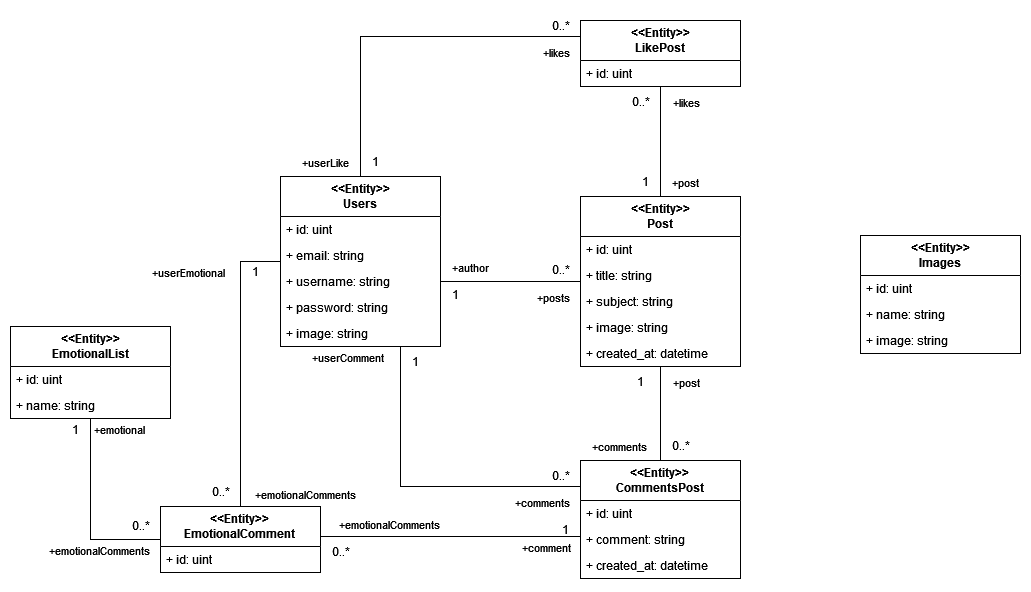
Above: assets/images/DB-Entity.png in miracleexotic/WebApp-FoodBlog (draw.io), before the change. Source tidied: cells renumbered, new cells last; positions are measured from the earlier drawing's top-left corner, leaving out a move shared by most shapes.
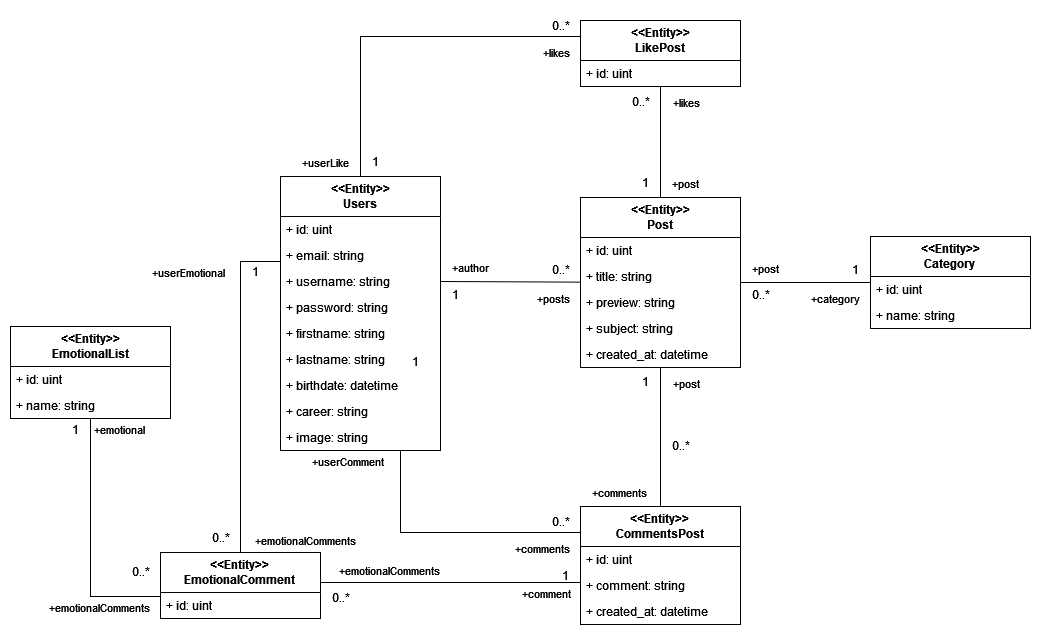
Later version of the same file.

The edit, as a diff of the source:
```diff
@@ -3,7 +3,7 @@
     <mxCell id="0" />
     <mxCell id="1" parent="0" />
     <mxCell id="2" value="&lt;div&gt;&lt;b&gt;&amp;lt;&amp;lt;Entity&amp;gt;&amp;gt;&lt;/b&gt;&lt;/div&gt;&lt;div&gt;&lt;b&gt;Users&lt;/b&gt;&lt;/div&gt;" style="swimlane;fontStyle=0;horizontal=1;startSize=40;fillColor=none;whiteSpace=wrap;html=1;" parent="1" vertex="1">
-      <mxGeometry x="270" y="166" width="160" height="170" as="geometry" />
+      <mxGeometry x="270" y="166" width="160" height="274" as="geometry" />
     </mxCell>
     <mxCell id="3" value="+ id: uint" style="text;strokeColor=none;fillColor=none;align=left;verticalAlign=top;spacingLeft=4;spacingRight=4;overflow=hidden;whiteSpace=wrap;html=1;" parent="2" vertex="1">
       <mxGeometry y="40" width="160" height="26" as="geometry" />
@@ -17,11 +17,23 @@
     <mxCell id="6" value="+ password: string" style="text;strokeColor=none;fillColor=none;align=left;verticalAlign=top;spacingLeft=4;spacingRight=4;overflow=hidden;whiteSpace=wrap;html=1;" parent="2" vertex="1">
       <mxGeometry y="118" width="160" height="26" as="geometry" />
     </mxCell>
+    <mxCell id="69" value="+ firstname: string" style="text;strokeColor=none;fillColor=none;align=left;verticalAlign=top;spacingLeft=4;spacingRight=4;overflow=hidden;whiteSpace=wrap;html=1;" parent="2" vertex="1">
+      <mxGeometry y="144" width="160" height="26" as="geometry" />
+    </mxCell>
+    <mxCell id="70" value="+ lastname: string" style="text;strokeColor=none;fillColor=none;align=left;verticalAlign=top;spacingLeft=4;spacingRight=4;overflow=hidden;whiteSpace=wrap;html=1;" parent="2" vertex="1">
+      <mxGeometry y="170" width="160" height="26" as="geometry" />
+    </mxCell>
-    <mxCell id="7" value="+ image: string" style="text;strokeColor=none;fillColor=none;align=left;verticalAlign=top;spacingLeft=4;spacingRight=4;overflow=hidden;whiteSpace=wrap;html=1;" parent="2" vertex="1">
-      <mxGeometry y="144" width="160" height="26" as="geometry" />
+    <mxCell id="7" value="+ birthdate: datetime" style="text;strokeColor=none;fillColor=none;align=left;verticalAlign=top;spacingLeft=4;spacingRight=4;overflow=hidden;whiteSpace=wrap;html=1;" parent="2" vertex="1">
+      <mxGeometry y="196" width="160" height="26" as="geometry" />
     </mxCell>
+    <mxCell id="71" value="+ career: string" style="text;strokeColor=none;fillColor=none;align=left;verticalAlign=top;spacingLeft=4;spacingRight=4;overflow=hidden;whiteSpace=wrap;html=1;" parent="2" vertex="1">
+      <mxGeometry y="222" width="160" height="26" as="geometry" />
+    </mxCell>
+    <mxCell id="72" value="+ image: string" style="text;strokeColor=none;fillColor=none;align=left;verticalAlign=top;spacingLeft=4;spacingRight=4;overflow=hidden;whiteSpace=wrap;html=1;" parent="2" vertex="1">
+      <mxGeometry y="248" width="160" height="26" as="geometry" />
+    </mxCell>
     <mxCell id="8" value="&lt;div&gt;&lt;b&gt;&amp;lt;&amp;lt;Entity&amp;gt;&amp;gt;&lt;/b&gt;&lt;/div&gt;&lt;div&gt;&lt;b&gt;Post&lt;/b&gt;&lt;/div&gt;" style="swimlane;fontStyle=0;horizontal=1;startSize=40;fillColor=none;whiteSpace=wrap;html=1;" parent="1" vertex="1">
-      <mxGeometry x="570" y="186" width="160" height="170" as="geometry" />
+      <mxGeometry x="570" y="187" width="160" height="170" as="geometry" />
     </mxCell>
     <mxCell id="9" value="+ id: uint" style="text;strokeColor=none;fillColor=none;align=left;verticalAlign=top;spacingLeft=4;spacingRight=4;overflow=hidden;whiteSpace=wrap;html=1;" parent="8" vertex="1">
       <mxGeometry y="40" width="160" height="26" as="geometry" />
@@ -29,12 +41,12 @@
     <mxCell id="10" value="+ title: string" style="text;strokeColor=none;fillColor=none;align=left;verticalAlign=top;spacingLeft=4;spacingRight=4;overflow=hidden;whiteSpace=wrap;html=1;" parent="8" vertex="1">
       <mxGeometry y="66" width="160" height="26" as="geometry" />
     </mxCell>
+    <mxCell id="73" value="+ preview: string" style="text;strokeColor=none;fillColor=none;align=left;verticalAlign=top;spacingLeft=4;spacingRight=4;overflow=hidden;whiteSpace=wrap;html=1;" parent="8" vertex="1">
+      <mxGeometry y="92" width="160" height="26" as="geometry" />
+    </mxCell>
     <mxCell id="11" value="+ subject: string" style="text;strokeColor=none;fillColor=none;align=left;verticalAlign=top;spacingLeft=4;spacingRight=4;overflow=hidden;whiteSpace=wrap;html=1;" parent="8" vertex="1">
-      <mxGeometry y="92" width="160" height="26" as="geometry" />
+      <mxGeometry y="118" width="160" height="26" as="geometry" />
     </mxCell>
-    <mxCell id="12" value="+ image: string" style="text;strokeColor=none;fillColor=none;align=left;verticalAlign=top;spacingLeft=4;spacingRight=4;overflow=hidden;whiteSpace=wrap;html=1;" parent="8" vertex="1">
-      <mxGeometry y="118" width="160" height="26" as="geometry" />
-    </mxCell>
     <mxCell id="13" value="+ created_at: datetime" style="text;strokeColor=none;fillColor=none;align=left;verticalAlign=top;spacingLeft=4;spacingRight=4;overflow=hidden;whiteSpace=wrap;html=1;" parent="8" vertex="1">
       <mxGeometry y="144" width="160" height="26" as="geometry" />
     </mxCell>
@@ -64,7 +76,7 @@
       <mxGeometry x="530" y="244" width="40" height="30" as="geometry" />
     </mxCell>
     <mxCell id="21" value="&lt;div&gt;&lt;b&gt;&amp;lt;&amp;lt;Entity&amp;gt;&amp;gt;&lt;/b&gt;&lt;/div&gt;&lt;div&gt;&lt;b&gt;CommentsPost&lt;br&gt;&lt;/b&gt;&lt;/div&gt;" style="swimlane;fontStyle=0;horizontal=1;startSize=40;fillColor=none;whiteSpace=wrap;html=1;" parent="1" vertex="1">
-      <mxGeometry x="570" y="450" width="160" height="118" as="geometry" />
+      <mxGeometry x="570" y="496" width="160" height="118" as="geometry" />
     </mxCell>
     <mxCell id="22" value="+ id: uint" style="text;strokeColor=none;fillColor=none;align=left;verticalAlign=top;spacingLeft=4;spacingRight=4;overflow=hidden;whiteSpace=wrap;html=1;" parent="21" vertex="1">
       <mxGeometry y="40" width="160" height="26" as="geometry" />
@@ -119,7 +131,7 @@
       <mxGeometry x="610" y="76" width="40" height="30" as="geometry" />
     </mxCell>
     <mxCell id="34" value="1" style="text;html=1;align=center;verticalAlign=middle;strokeColor=none;fillColor=none;" parent="1" vertex="1">
-      <mxGeometry x="620" y="156" width="30" height="30" as="geometry" />
+      <mxGeometry x="620" y="157" width="30" height="30" as="geometry" />
     </mxCell>
     <mxCell id="35" style="endArrow=none;html=1;rounded=0;" parent="1" edge="1" source="21" target="8">
       <mxGeometry relative="1" as="geometry" />
@@ -135,7 +147,7 @@
       </mxGeometry>
     </mxCell>
     <mxCell id="38" value="1" style="text;html=1;align=center;verticalAlign=middle;strokeColor=none;fillColor=none;" parent="1" vertex="1">
-      <mxGeometry x="615" y="356" width="30" height="30" as="geometry" />
+      <mxGeometry x="620" y="356" width="30" height="30" as="geometry" />
     </mxCell>
     <mxCell id="39" value="0..*" style="text;html=1;align=center;verticalAlign=middle;strokeColor=none;fillColor=none;" parent="1" vertex="1">
       <mxGeometry x="650" y="420" width="40" height="30" as="geometry" />
@@ -143,7 +155,7 @@
     <mxCell id="40" style="endArrow=none;html=1;rounded=0;edgeStyle=orthogonalEdgeStyle;" parent="1" edge="1" source="2" target="21">
       <mxGeometry relative="1" as="geometry">
         <Array as="points">
-          <mxPoint x="390" y="476" />
+          <mxPoint x="390" y="522" />
         </Array>
       </mxGeometry>
     </mxCell>
@@ -161,7 +173,7 @@
       <mxGeometry x="390" y="336" width="30" height="30" as="geometry" />
     </mxCell>
     <mxCell id="44" value="0..*" style="text;html=1;align=center;verticalAlign=middle;strokeColor=none;fillColor=none;" parent="1" vertex="1">
-      <mxGeometry x="530" y="450" width="40" height="30" as="geometry" />
+      <mxGeometry x="530" y="496" width="40" height="30" as="geometry" />
     </mxCell>
     <mxCell id="45" value="&lt;div&gt;&lt;b&gt;&amp;lt;&amp;lt;Entity&amp;gt;&amp;gt;&lt;/b&gt;&lt;/div&gt;&lt;div&gt;&lt;b&gt;EmotionalList&lt;/b&gt;&lt;/div&gt;" style="swimlane;fontStyle=0;horizontal=1;startSize=40;fillColor=none;whiteSpace=wrap;html=1;" parent="1" vertex="1">
       <mxGeometry y="316" width="160" height="92" as="geometry" />
@@ -173,7 +185,7 @@
       <mxGeometry y="66" width="160" height="26" as="geometry" />
     </mxCell>
     <mxCell id="48" value="&lt;div&gt;&lt;b&gt;&amp;lt;&amp;lt;Entity&amp;gt;&amp;gt;&lt;/b&gt;&lt;/div&gt;&lt;div&gt;&lt;b&gt;EmotionalComment&lt;br&gt;&lt;/b&gt;&lt;/div&gt;" style="swimlane;fontStyle=0;horizontal=1;startSize=40;fillColor=none;whiteSpace=wrap;html=1;" parent="1" vertex="1">
-      <mxGeometry x="150" y="496" width="160" height="66" as="geometry" />
+      <mxGeometry x="150" y="542" width="160" height="66" as="geometry" />
     </mxCell>
     <mxCell id="49" value="+ id: uint" style="text;strokeColor=none;fillColor=none;align=left;verticalAlign=top;spacingLeft=4;spacingRight=4;overflow=hidden;whiteSpace=wrap;html=1;" parent="48" vertex="1">
       <mxGeometry y="40" width="160" height="26" as="geometry" />
@@ -199,13 +211,13 @@
       <mxGeometry x="230" y="246" width="30" height="30" as="geometry" />
     </mxCell>
     <mxCell id="54" value="0..*" style="text;html=1;align=center;verticalAlign=middle;strokeColor=none;fillColor=none;" parent="1" vertex="1">
-      <mxGeometry x="190" y="466" width="40" height="30" as="geometry" />
+      <mxGeometry x="190" y="512" width="40" height="30" as="geometry" />
     </mxCell>
     <mxCell id="55" style="endArrow=none;html=1;rounded=0;edgeStyle=orthogonalEdgeStyle;" parent="1" edge="1" source="21" target="48">
       <mxGeometry relative="1" as="geometry">
         <Array as="points">
-          <mxPoint x="400" y="526" />
-          <mxPoint x="400" y="526" />
+          <mxPoint x="400" y="572" />
+          <mxPoint x="400" y="572" />
         </Array>
       </mxGeometry>
     </mxCell>
@@ -220,15 +232,15 @@
       </mxGeometry>
     </mxCell>
     <mxCell id="58" value="0..*" style="text;html=1;align=center;verticalAlign=middle;strokeColor=none;fillColor=none;" parent="1" vertex="1">
-      <mxGeometry x="310" y="526" width="40" height="30" as="geometry" />
+      <mxGeometry x="310" y="572" width="40" height="30" as="geometry" />
     </mxCell>
     <mxCell id="59" value="1" style="text;html=1;align=center;verticalAlign=middle;strokeColor=none;fillColor=none;" parent="1" vertex="1">
-      <mxGeometry x="540" y="504" width="30" height="30" as="geometry" />
+      <mxGeometry x="540" y="550" width="30" height="30" as="geometry" />
     </mxCell>
     <mxCell id="60" style="endArrow=none;html=1;rounded=0;edgeStyle=orthogonalEdgeStyle;" parent="1" edge="1" source="45" target="48">
       <mxGeometry relative="1" as="geometry">
         <Array as="points">
-          <mxPoint x="80" y="529" />
+          <mxPoint x="80" y="586" />
         </Array>
       </mxGeometry>
     </mxCell>
@@ -243,13 +255,13 @@
       </mxGeometry>
     </mxCell>
     <mxCell id="63" value="0..*" style="text;html=1;align=center;verticalAlign=middle;strokeColor=none;fillColor=none;" parent="1" vertex="1">
-      <mxGeometry x="110" y="500" width="40" height="30" as="geometry" />
+      <mxGeometry x="110" y="546" width="40" height="30" as="geometry" />
     </mxCell>
     <mxCell id="64" value="1" style="text;html=1;align=center;verticalAlign=middle;strokeColor=none;fillColor=none;" parent="1" vertex="1">
       <mxGeometry x="50" y="404" width="30" height="30" as="geometry" />
     </mxCell>
-    <mxCell id="65" value="&lt;div&gt;&lt;b&gt;&amp;lt;&amp;lt;Entity&amp;gt;&amp;gt;&lt;/b&gt;&lt;/div&gt;&lt;div&gt;&lt;b&gt;Images&lt;br&gt;&lt;/b&gt;&lt;/div&gt;" style="swimlane;fontStyle=0;horizontal=1;startSize=40;fillColor=none;whiteSpace=wrap;html=1;" parent="1" vertex="1">
-      <mxGeometry x="850" y="225" width="160" height="118" as="geometry" />
+    <mxCell id="65" value="&lt;div&gt;&lt;b&gt;&amp;lt;&amp;lt;Entity&amp;gt;&amp;gt;&lt;/b&gt;&lt;/div&gt;&lt;div&gt;&lt;b&gt;Category&lt;br&gt;&lt;/b&gt;&lt;/div&gt;" style="swimlane;fontStyle=0;horizontal=1;startSize=40;fillColor=none;whiteSpace=wrap;html=1;" parent="1" vertex="1">
+      <mxGeometry x="860" y="226" width="160" height="92" as="geometry" />
     </mxCell>
     <mxCell id="66" value="+ id: uint" style="text;strokeColor=none;fillColor=none;align=left;verticalAlign=top;spacingLeft=4;spacingRight=4;overflow=hidden;whiteSpace=wrap;html=1;" parent="65" vertex="1">
       <mxGeometry y="40" width="160" height="26" as="geometry" />
@@ -257,8 +269,24 @@
     <mxCell id="67" value="+ name: string" style="text;strokeColor=none;fillColor=none;align=left;verticalAlign=top;spacingLeft=4;spacingRight=4;overflow=hidden;whiteSpace=wrap;html=1;" parent="65" vertex="1">
       <mxGeometry y="66" width="160" height="26" as="geometry" />
     </mxCell>
-    <mxCell id="68" value="+ image: string" style="text;strokeColor=none;fillColor=none;align=left;verticalAlign=top;spacingLeft=4;spacingRight=4;overflow=hidden;whiteSpace=wrap;html=1;" parent="65" vertex="1">
-      <mxGeometry y="92" width="160" height="26" as="geometry" />
-    </mxCell>
+    <mxCell id="74" style="endArrow=none;html=1;rounded=0;" parent="1" edge="1" source="8" target="65">
+      <mxGeometry relative="1" as="geometry" />
+    </mxCell>
+    <mxCell id="75" value="+post" style="edgeLabel;html=1;align=left;verticalAlign=bottom;" parent="74" vertex="1">
+      <mxGeometry x="-1" relative="1" as="geometry">
+        <mxPoint x="10" y="-5" as="offset" />
+      </mxGeometry>
+    </mxCell>
+    <mxCell id="76" value="+category" style="edgeLabel;html=1;align=right;verticalAlign=bottom;" parent="74" vertex="1">
+      <mxGeometry x="1" relative="1" as="geometry">
+        <mxPoint x="-10" y="25" as="offset" />
+      </mxGeometry>
+    </mxCell>
+    <mxCell id="77" value="0..*" style="text;html=1;align=center;verticalAlign=middle;strokeColor=none;fillColor=none;" parent="1" vertex="1">
+      <mxGeometry x="730" y="269" width="40" height="30" as="geometry" />
+    </mxCell>
+    <mxCell id="78" value="1" style="text;html=1;align=center;verticalAlign=middle;strokeColor=none;fillColor=none;" parent="1" vertex="1">
+      <mxGeometry x="830" y="244" width="30" height="30" as="geometry" />
+    </mxCell>
   </root>
 </mxGraphModel>
```
